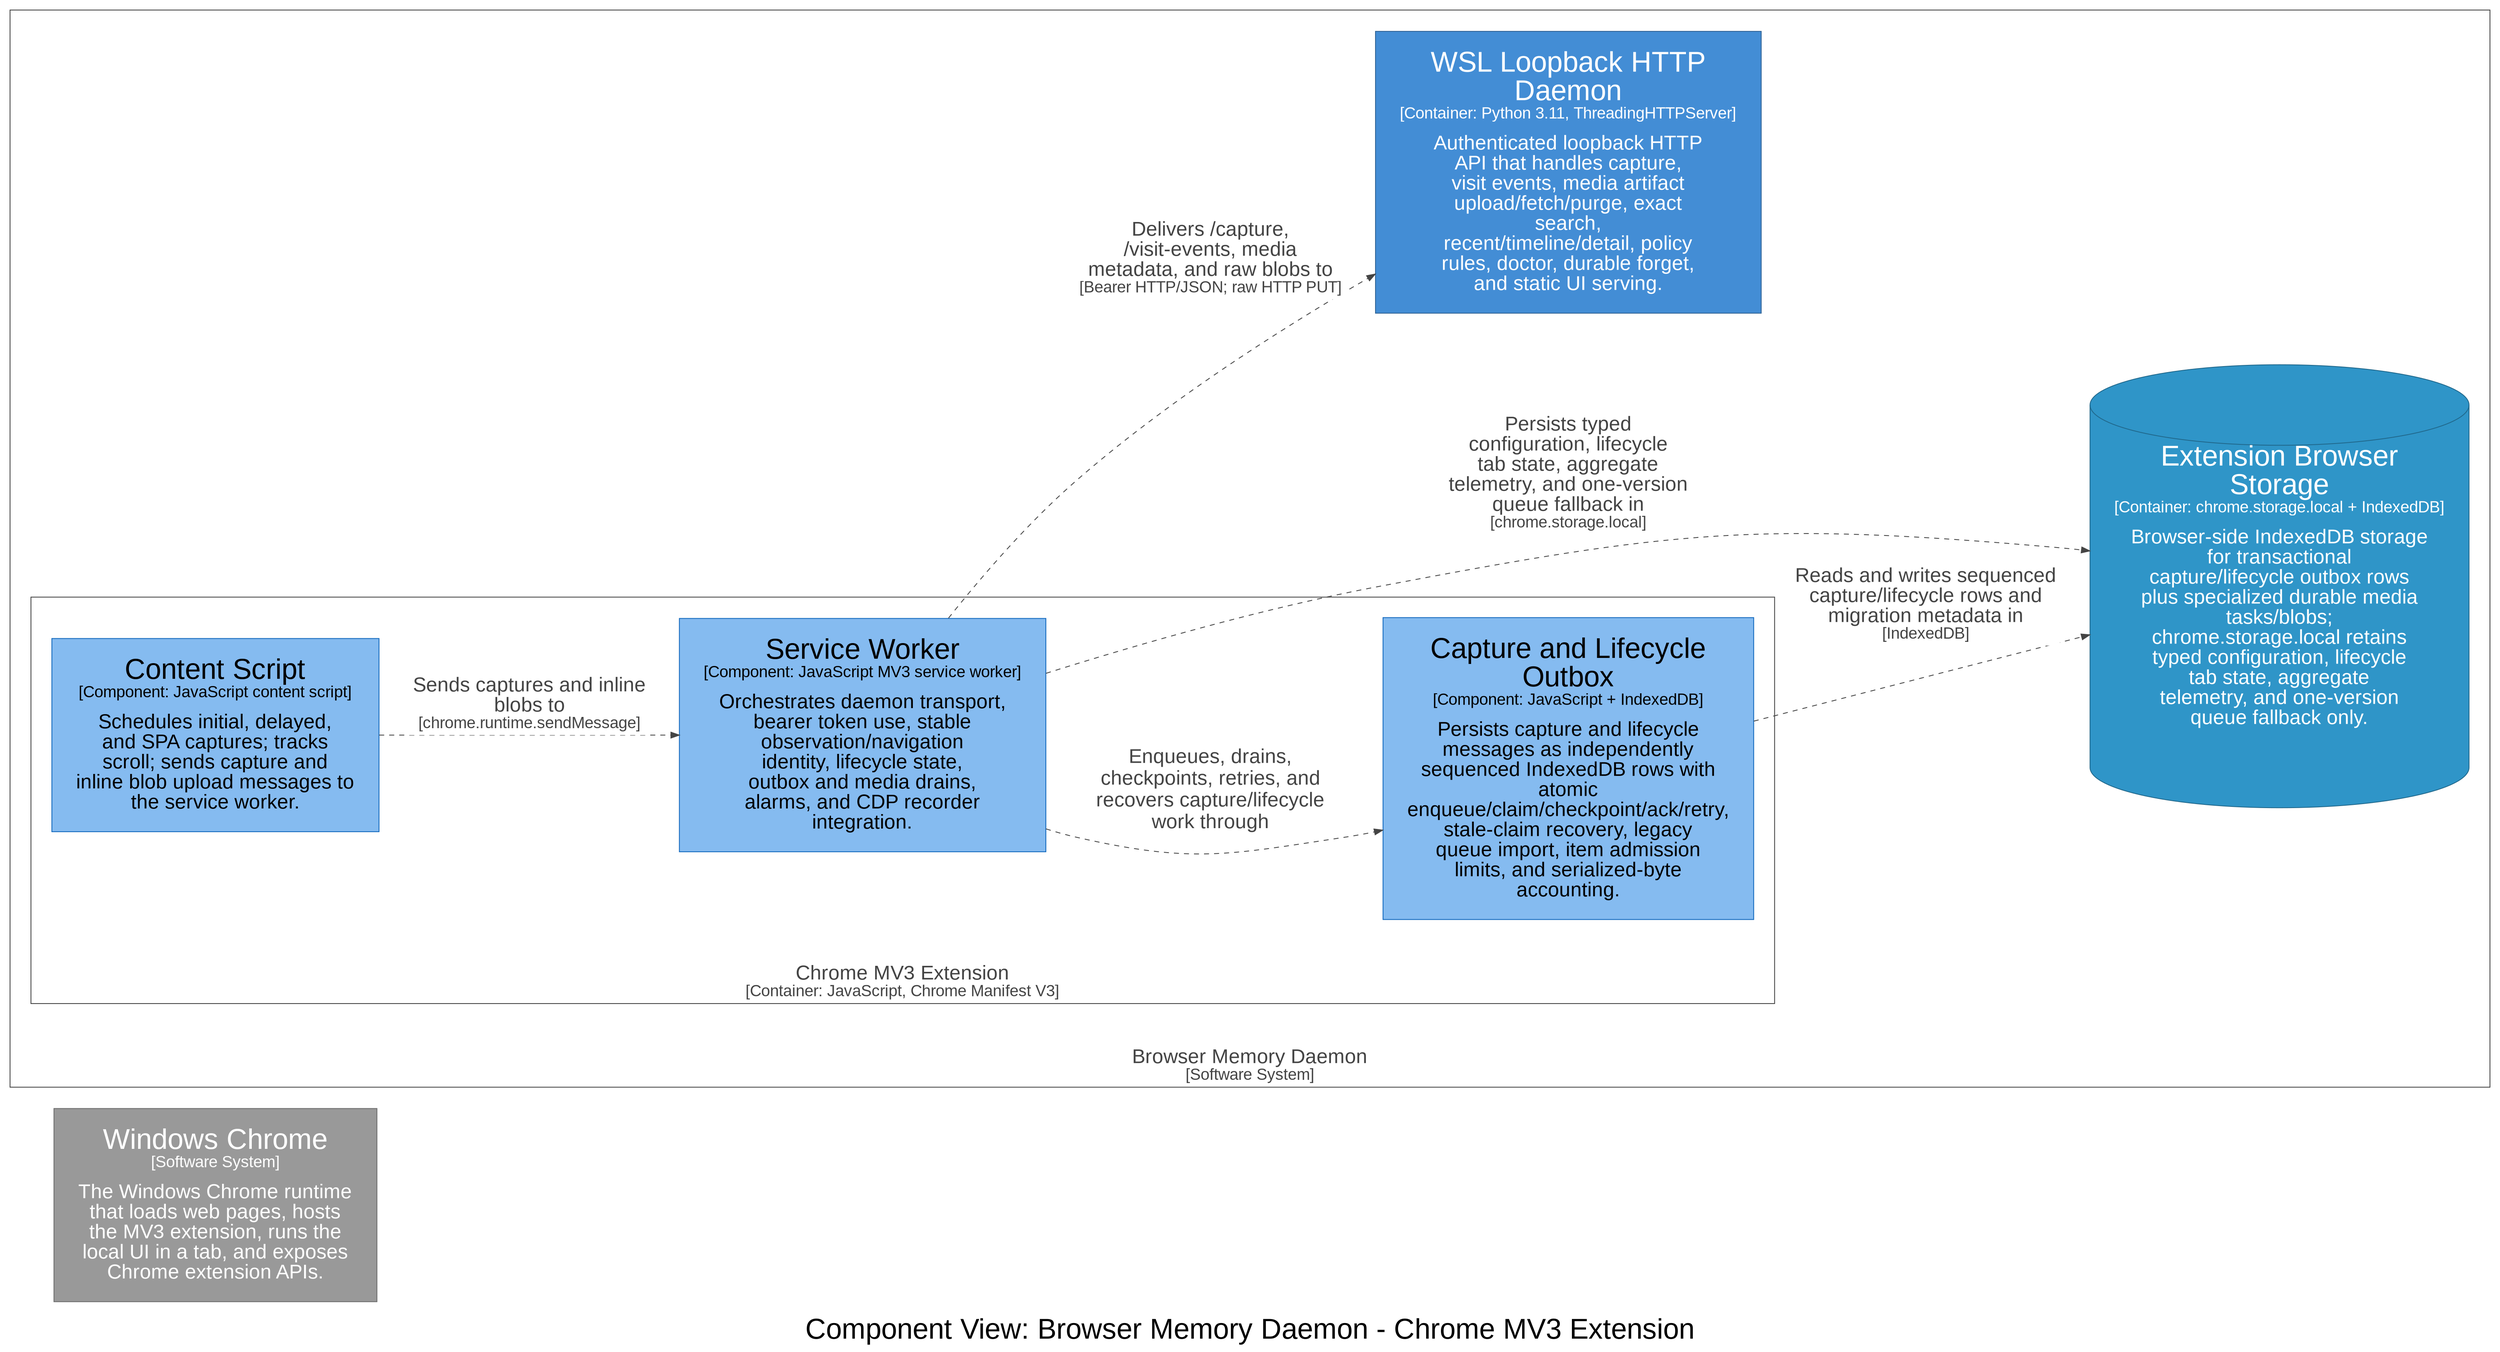
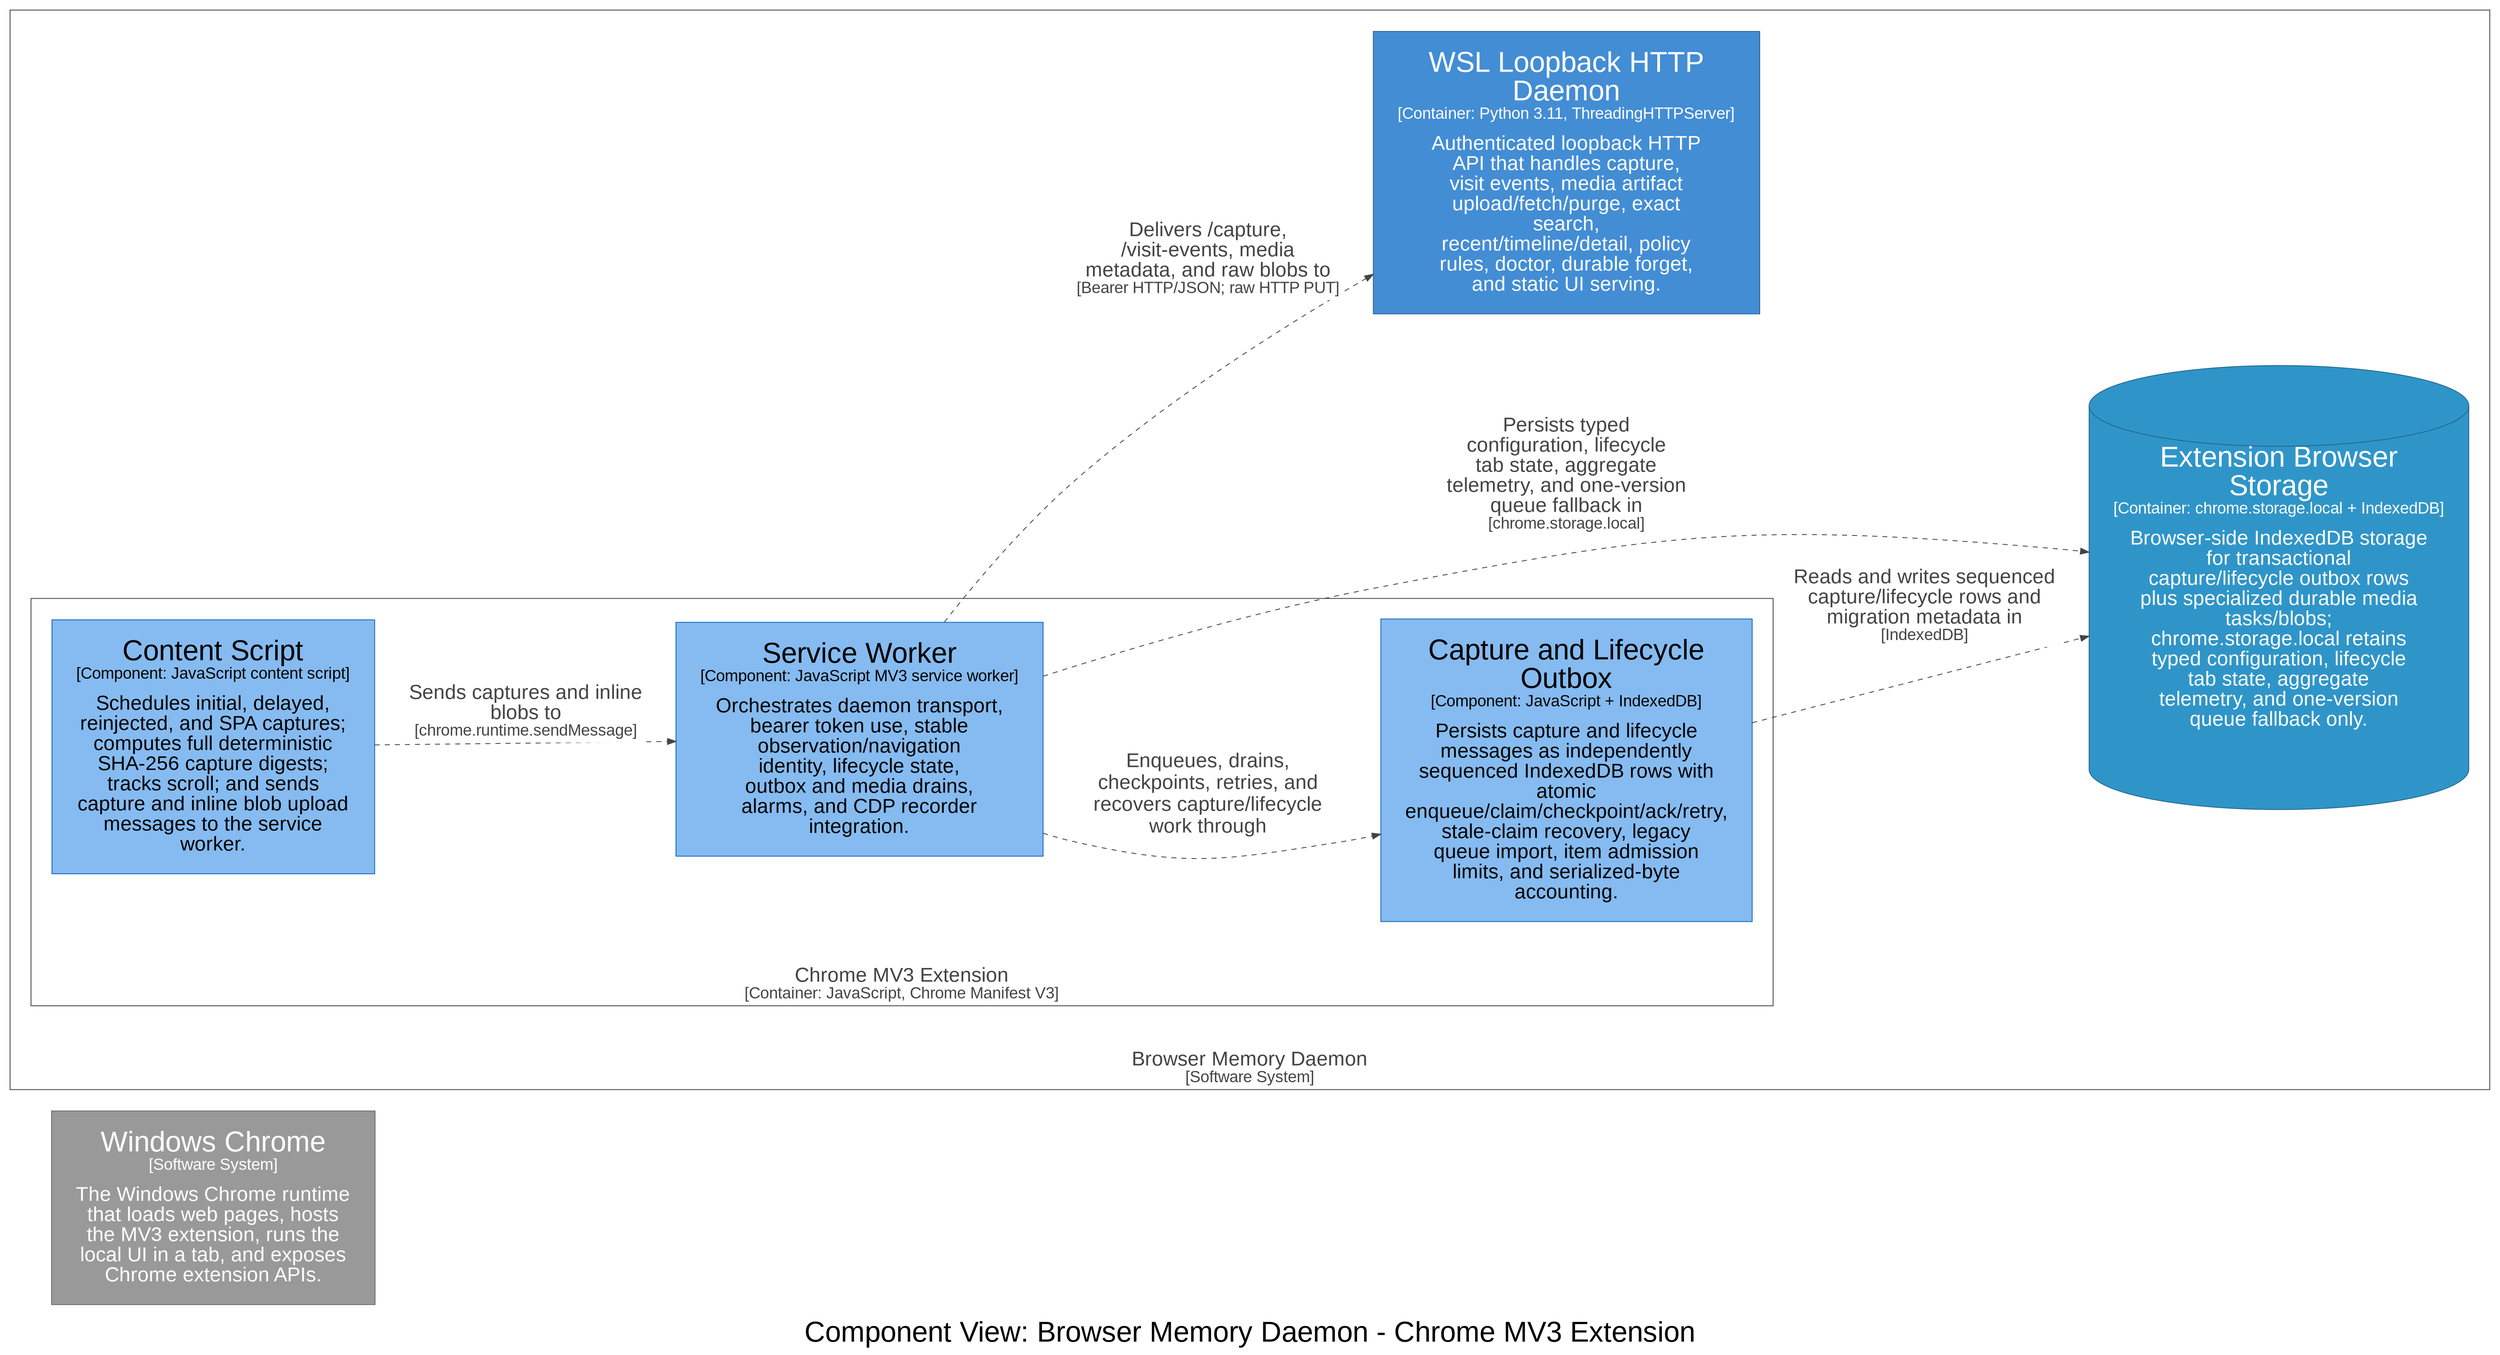
digraph {
  compound=true
  graph [fontname="Arial", rankdir=LR, ranksep=1.0, nodesep=1.0]
  node [fontname="Arial", shape=box, margin="0.4,0.3"]
  edge [fontname="Arial"]
  label=<<br /><font point-size="34">Component View: Browser Memory Daemon - Chrome MV3 Extension</font>>

  2 [id=2,shape=rect, label=<<font point-size="34">Windows Chrome</font><br /><font point-size="19">[Software System]</font><br /><br /><font point-size="24">The Windows Chrome runtime<br />that loads web pages, hosts<br />the MV3 extension, runs the<br />local UI in a tab, and exposes<br />Chrome extension APIs.</font>>, style=filled, color="#6b6b6b", fillcolor="#999999", fontcolor="#ffffff"]

  subgraph cluster_4 {
    margin=25
    label=<<font point-size="24"><br />Browser Memory Daemon</font><br /><font point-size="19">[Software System]</font>>
    labelloc=b
    color="#444444"
    fontcolor="#444444"
    fillcolor="#444444"

    subgraph cluster_5 {
      margin=25
      label=<<font point-size="24"><br />Chrome MV3 Extension</font><br /><font point-size="19">[Container: JavaScript, Chrome Manifest V3]</font>>
      labelloc=b
      color="#444444"
      fontcolor="#444444"
      fillcolor="#444444"

      10 [id=10,shape=rect, label=<<font point-size="34">Capture and Lifecycle<br />Outbox</font><br /><font point-size="19">[Component: JavaScript + IndexedDB]</font><br /><br /><font point-size="24">Persists capture and lifecycle<br />messages as independently<br />sequenced IndexedDB rows with<br />atomic<br />enqueue/claim/checkpoint/ack/retry,<br />stale-claim recovery, legacy<br />queue import, item admission<br />limits, and serialized-byte<br />accounting.</font>>, style=filled, color="#1168bd", fillcolor="#85bbf0", fontcolor="#000000"]
-       8 [id=8,shape=rect, label=<<font point-size="34">Content Script</font><br /><font point-size="19">[Component: JavaScript content script]</font><br /><br /><font point-size="24">Schedules initial, delayed,<br />and SPA captures; tracks<br />scroll; sends capture and<br />inline blob upload messages to<br />the service worker.</font>>, style=filled, color="#1168bd", fillcolor="#85bbf0", fontcolor="#000000"]
+       8 [id=8,shape=rect, label=<<font point-size="34">Content Script</font><br /><font point-size="19">[Component: JavaScript content script]</font><br /><br /><font point-size="24">Schedules initial, delayed,<br />reinjected, and SPA captures;<br />computes full deterministic<br />SHA-256 capture digests;<br />tracks scroll; and sends<br />capture and inline blob upload<br />messages to the service<br />worker.</font>>, style=filled, color="#1168bd", fillcolor="#85bbf0", fontcolor="#000000"]
      9 [id=9,shape=rect, label=<<font point-size="34">Service Worker</font><br /><font point-size="19">[Component: JavaScript MV3 service worker]</font><br /><br /><font point-size="24">Orchestrates daemon transport,<br />bearer token use, stable<br />observation/navigation<br />identity, lifecycle state,<br />outbox and media drains,<br />alarms, and CDP recorder<br />integration.</font>>, style=filled, color="#1168bd", fillcolor="#85bbf0", fontcolor="#000000"]
    }

    14 [id=14,shape=cylinder, label=<<font point-size="34">Extension Browser<br />Storage</font><br /><font point-size="19">[Container: chrome.storage.local + IndexedDB]</font><br /><br /><font point-size="24">Browser-side IndexedDB storage<br />for transactional<br />capture/lifecycle outbox rows<br />plus specialized durable media<br />tasks/blobs;<br />chrome.storage.local retains<br />typed configuration, lifecycle<br />tab state, aggregate<br />telemetry, and one-version<br />queue fallback only.</font>>, style=filled, color="#20688c", fillcolor="#2f95c8", fontcolor="#ffffff"]
    15 [id=15,shape=rect, label=<<font point-size="34">WSL Loopback HTTP<br />Daemon</font><br /><font point-size="19">[Container: Python 3.11, ThreadingHTTPServer]</font><br /><br /><font point-size="24">Authenticated loopback HTTP<br />API that handles capture,<br />visit events, media artifact<br />upload/fetch/purge, exact<br />search,<br />recent/timeline/detail, policy<br />rules, doctor, durable forget,<br />and static UI serving.</font>>, style=filled, color="#2e6295", fillcolor="#438dd5", fontcolor="#ffffff"]
  }

  8 -> 9 [id=76, label=<<TABLE BORDER="0" CELLBORDER="0" CELLSPACING="0" CELLPADDING="4" BGCOLOR="white"><TR><TD><font point-size="24">Sends captures and inline<br />blobs to</font><br /><font point-size="19">[chrome.runtime.sendMessage]</font></TD></TR></TABLE>>, style="dashed", color="#444444", fontcolor="#444444"]
  9 -> 10 [id=77, label=<<TABLE BORDER="0" CELLBORDER="0" CELLSPACING="0" CELLPADDING="4" BGCOLOR="white"><TR><TD><font point-size="24">Enqueues, drains,<br />checkpoints, retries, and<br />recovers capture/lifecycle<br />work through</font></TD></TR></TABLE>>, style="dashed", color="#444444", fontcolor="#444444"]
  10 -> 14 [id=78, label=<<TABLE BORDER="0" CELLBORDER="0" CELLSPACING="0" CELLPADDING="4" BGCOLOR="white"><TR><TD><font point-size="24">Reads and writes sequenced<br />capture/lifecycle rows and<br />migration metadata in</font><br /><font point-size="19">[IndexedDB]</font></TD></TR></TABLE>>, style="dashed", color="#444444", fontcolor="#444444"]
  9 -> 14 [id=79, label=<<TABLE BORDER="0" CELLBORDER="0" CELLSPACING="0" CELLPADDING="4" BGCOLOR="white"><TR><TD><font point-size="24">Persists typed<br />configuration, lifecycle<br />tab state, aggregate<br />telemetry, and one-version<br />queue fallback in</font><br /><font point-size="19">[chrome.storage.local]</font></TD></TR></TABLE>>, style="dashed", color="#444444", fontcolor="#444444"]
  9 -> 15 [id=80, label=<<TABLE BORDER="0" CELLBORDER="0" CELLSPACING="0" CELLPADDING="4" BGCOLOR="white"><TR><TD><font point-size="24">Delivers /capture,<br />/visit-events, media<br />metadata, and raw blobs to</font><br /><font point-size="19">[Bearer HTTP/JSON; raw HTTP PUT]</font></TD></TR></TABLE>>, style="dashed", color="#444444", fontcolor="#444444"]

}